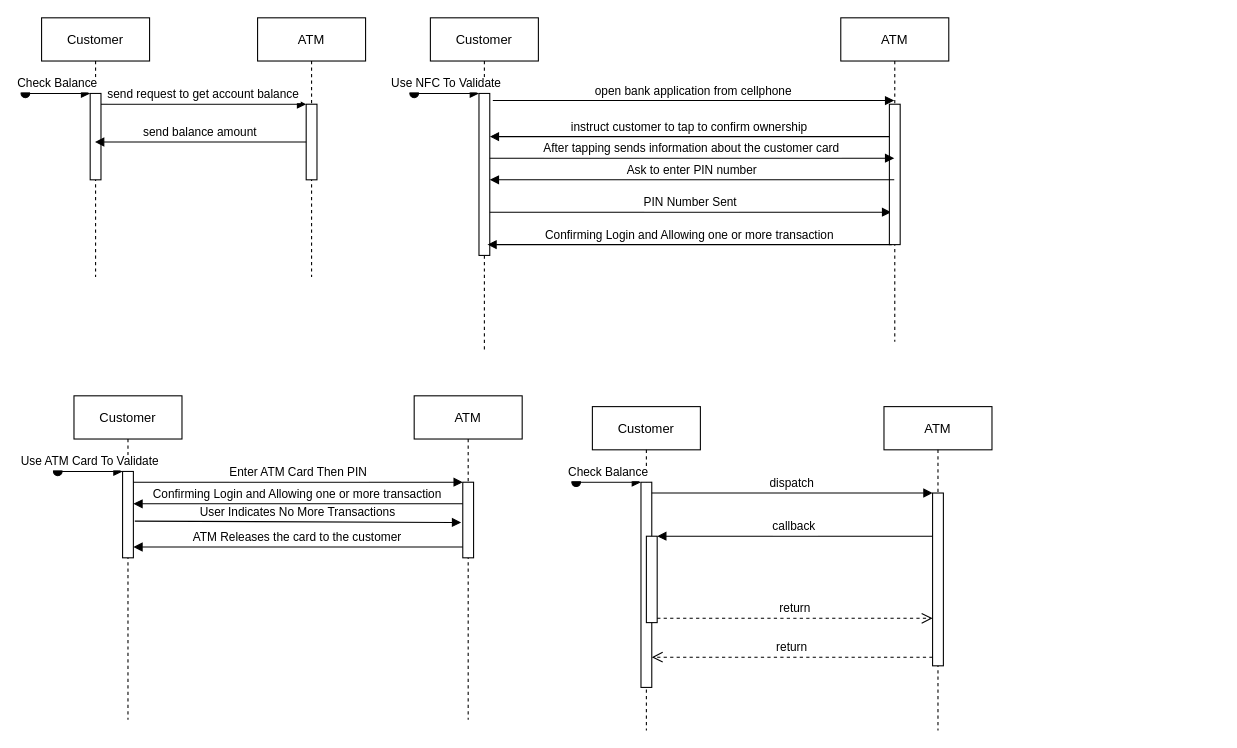
Before: HW3Q3.drawio in Theobourne/diagramsCS308, a draw.io diagram. Source tidied: cells renumbered, new cells numbered last; positions are measured from the earlier drawing's top-left corner, leaving out a move shared by most shapes. Both pictures are drawn from the tidied source at 108%, with x=0, y=0 at pixel (25, 17).
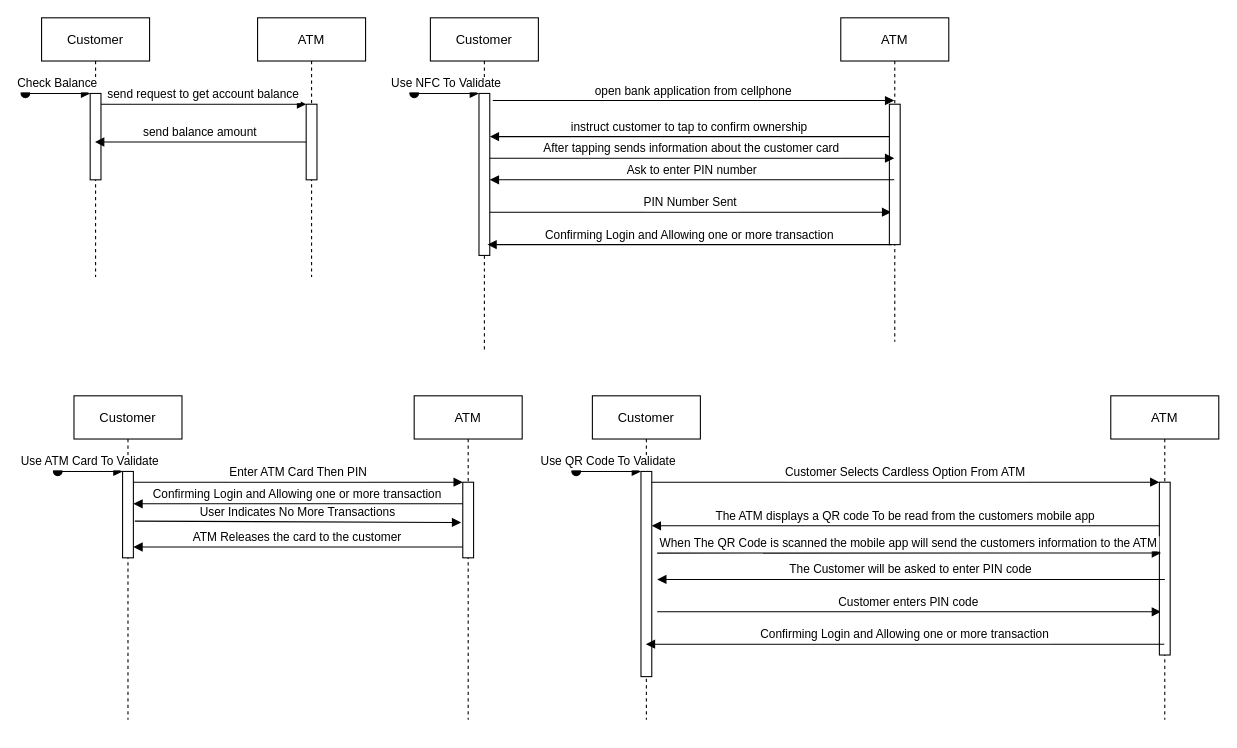
After the change.

The change refers to these unchanged cells:
```xml
<mxCell id="25" style="points=[];perimeter=orthogonalPerimeter;rounded=0;shadow=0;strokeWidth=1;" parent="24" vertex="1">
  <mxGeometry x="45" y="70" width="10" height="190" as="geometry" />
</mxCell>
<mxCell id="29" style="points=[];perimeter=orthogonalPerimeter;rounded=0;shadow=0;strokeWidth=1;" parent="28" vertex="1">
  <mxGeometry x="45" y="80" width="10" height="160" as="geometry" />
</mxCell>
```

The edit, as a diff of the source:
```diff
@@
     <mxCell id="24" value="Customer" style="shape=umlLifeline;perimeter=lifelinePerimeter;rounded=0;shadow=0;strokeWidth=1;" parent="1" vertex="1">
-      <mxGeometry x="525" y="360" width="100" height="300" as="geometry" />
+      <mxGeometry x="525" y="350" width="100" height="300" as="geometry" />
     </mxCell>
@@
-    <mxCell id="26" value="Check Balance" style="verticalAlign=bottom;startArrow=oval;endArrow=block;startSize=8;shadow=0;strokeWidth=1;" parent="24" edge="1" target="25">
+    <mxCell id="26" value="Use QR Code To Validate" style="verticalAlign=bottom;startArrow=oval;endArrow=block;startSize=8;shadow=0;strokeWidth=1;" parent="24" edge="1" target="25">
       <mxGeometry relative="1" as="geometry">
         <mxPoint x="-15" y="70" as="sourcePoint" />
       </mxGeometry>
     </mxCell>
-    <mxCell id="27" style="points=[];perimeter=orthogonalPerimeter;rounded=0;shadow=0;strokeWidth=1;" parent="24" vertex="1">
-      <mxGeometry x="50" y="120" width="10" height="80" as="geometry" />
-    </mxCell>
+    <mxCell id="39" value="Customer enters PIN code" style="verticalAlign=bottom;endArrow=block;entryX=0.152;entryY=0.41;shadow=0;strokeWidth=1;entryDx=0;entryDy=0;entryPerimeter=0;exitX=1.5;exitY=0.398;exitDx=0;exitDy=0;exitPerimeter=0;" parent="24" edge="1">
+      <mxGeometry relative="1" as="geometry">
+        <mxPoint x="60" y="200" as="sourcePoint" />
+        <mxPoint x="526.5" y="200" as="targetPoint" />
+      </mxGeometry>
+    </mxCell>
     <mxCell id="28" value="ATM" style="shape=umlLifeline;perimeter=lifelinePerimeter;rounded=0;shadow=0;strokeWidth=1;" parent="1" vertex="1">
-      <mxGeometry x="795" y="360" width="100" height="300" as="geometry" />
+      <mxGeometry x="1005" y="350" width="100" height="300" as="geometry" />
     </mxCell>
@@
-    <mxCell id="30" value="return" style="verticalAlign=bottom;endArrow=open;dashed=1;endSize=8;exitX=0;exitY=0.95;shadow=0;strokeWidth=1;" parent="1" edge="1" source="29" target="25">
-      <mxGeometry relative="1" as="geometry" />
-    </mxCell>
-    <mxCell id="31" value="dispatch" style="verticalAlign=bottom;endArrow=block;entryX=0;entryY=0;shadow=0;strokeWidth=1;" parent="1" edge="1" source="25" target="29">
+    <mxCell id="31" value="Customer Selects Cardless Option From ATM" style="verticalAlign=bottom;endArrow=block;entryX=0;entryY=0;shadow=0;strokeWidth=1;" parent="1" edge="1" source="25" target="29">
       <mxGeometry relative="1" as="geometry" />
     </mxCell>
-    <mxCell id="32" value="callback" style="verticalAlign=bottom;endArrow=block;entryX=1;entryY=0;shadow=0;strokeWidth=1;" parent="1" edge="1" source="29" target="27">
+    <mxCell id="32" value="The ATM displays a QR code To be read from the customers mobile app" style="verticalAlign=bottom;endArrow=block;entryX=0.994;entryY=0.265;shadow=0;strokeWidth=1;entryDx=0;entryDy=0;entryPerimeter=0;" parent="1" edge="1" source="29" target="25">
       <mxGeometry relative="1" as="geometry" />
     </mxCell>
-    <mxCell id="33" value="return" style="verticalAlign=bottom;endArrow=open;dashed=1;endSize=8;exitX=1;exitY=0.95;shadow=0;strokeWidth=1;" parent="1" edge="1" source="27" target="29">
-      <mxGeometry relative="1" as="geometry" />
-    </mxCell>
@@
+    <mxCell id="40" value="When The QR Code is scanned the mobile app will send the customers information to the ATM" style="verticalAlign=bottom;endArrow=block;entryX=0.152;entryY=0.41;shadow=0;strokeWidth=1;entryDx=0;entryDy=0;entryPerimeter=0;exitX=1.5;exitY=0.398;exitDx=0;exitDy=0;exitPerimeter=0;" parent="1" edge="1" source="25" target="29">
+      <mxGeometry relative="1" as="geometry" />
+    </mxCell>
+    <mxCell id="41" value="The Customer will be asked to enter PIN code" style="verticalAlign=bottom;endArrow=block;entryX=0.994;entryY=0.265;shadow=0;strokeWidth=1;entryDx=0;entryDy=0;entryPerimeter=0;" parent="1" edge="1">
+      <mxGeometry relative="1" as="geometry">
+        <mxPoint x="1055.1" y="520" as="sourcePoint" />
+        <mxPoint x="585" y="520" as="targetPoint" />
+      </mxGeometry>
+    </mxCell>
+    <mxCell id="42" value="Confirming Login and Allowing one or more transaction" style="verticalAlign=bottom;endArrow=block;shadow=0;strokeWidth=1;" parent="1" edge="1" source="28" target="24">
+      <mxGeometry relative="1" as="geometry">
+        <Array as="points">
+          <mxPoint x="625" y="580" />
+        </Array>
+      </mxGeometry>
+    </mxCell>
```
